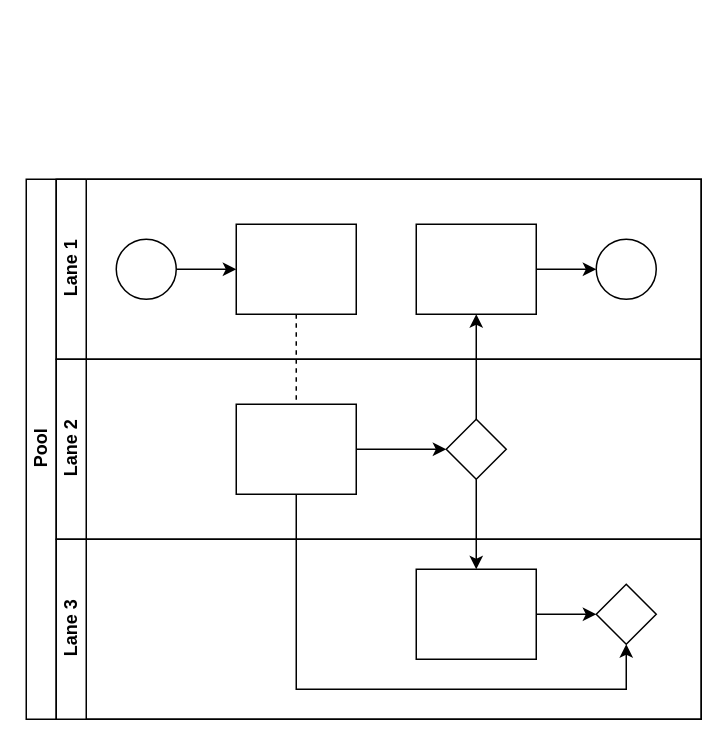
Before: 未命名绘图.drawio in MonkeyEric/Eric_doc, a draw.io diagram. Source tidied: cells renumbered, new cells numbered last; positions are measured from the earlier drawing's top-left corner, leaving out a move shared by most shapes. Both pictures are drawn from the tidied source at 150%, with x=0, y=0 at pixel (26, 178).
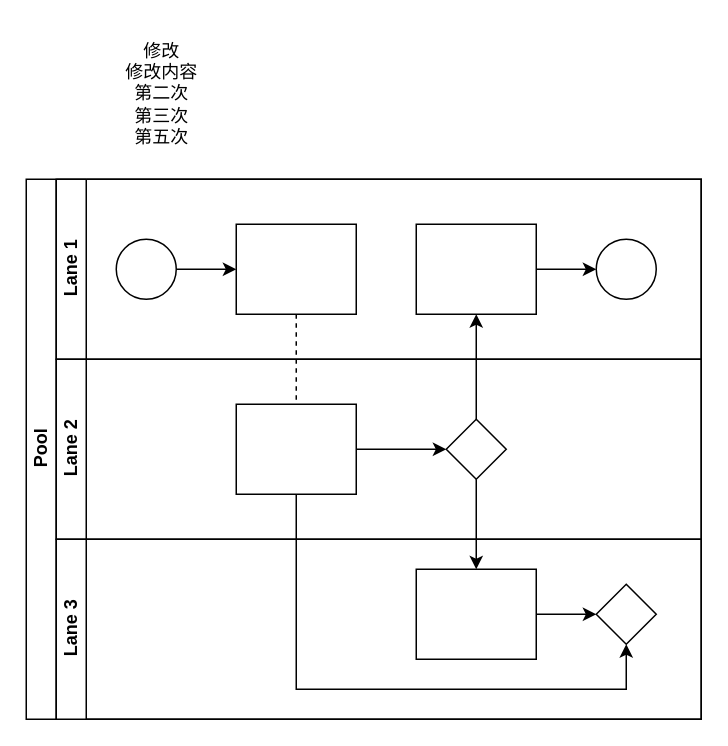
The same page after the edit.

Commit message:
更新未命名绘图.drawio

Change to the diagram source:
```diff
@@
+    <mxCell id="22" value="修改&lt;br&gt;修改内容&lt;br&gt;第二次&lt;br&gt;第三次&lt;br&gt;第五次" style="text;html=1;align=center;verticalAlign=middle;strokeColor=none;fillColor=none;" parent="1" vertex="1">
+      <mxGeometry x="55" y="-102" width="70" height="90" as="geometry" />
+    </mxCell>
```
